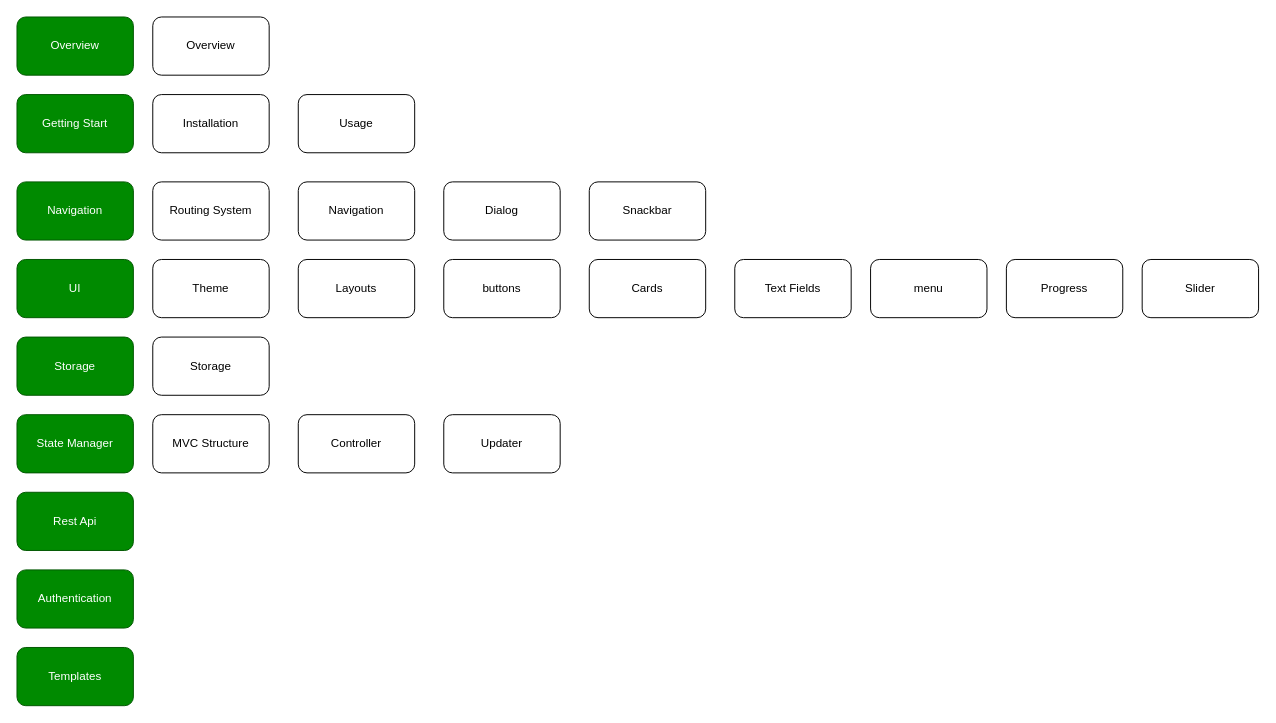
This is page "Fatima" (1 of 3) of strtucture.drawio from smae1993/fatima, a draw.io file, before an edit. Source tidied: cells renumbered, new cells numbered last; positions are measured from the earlier drawing's top-left corner, leaving out a move shared by most shapes. Both pictures are drawn from the tidied source at 97%, with x=0, y=0 at pixel (16, 16).
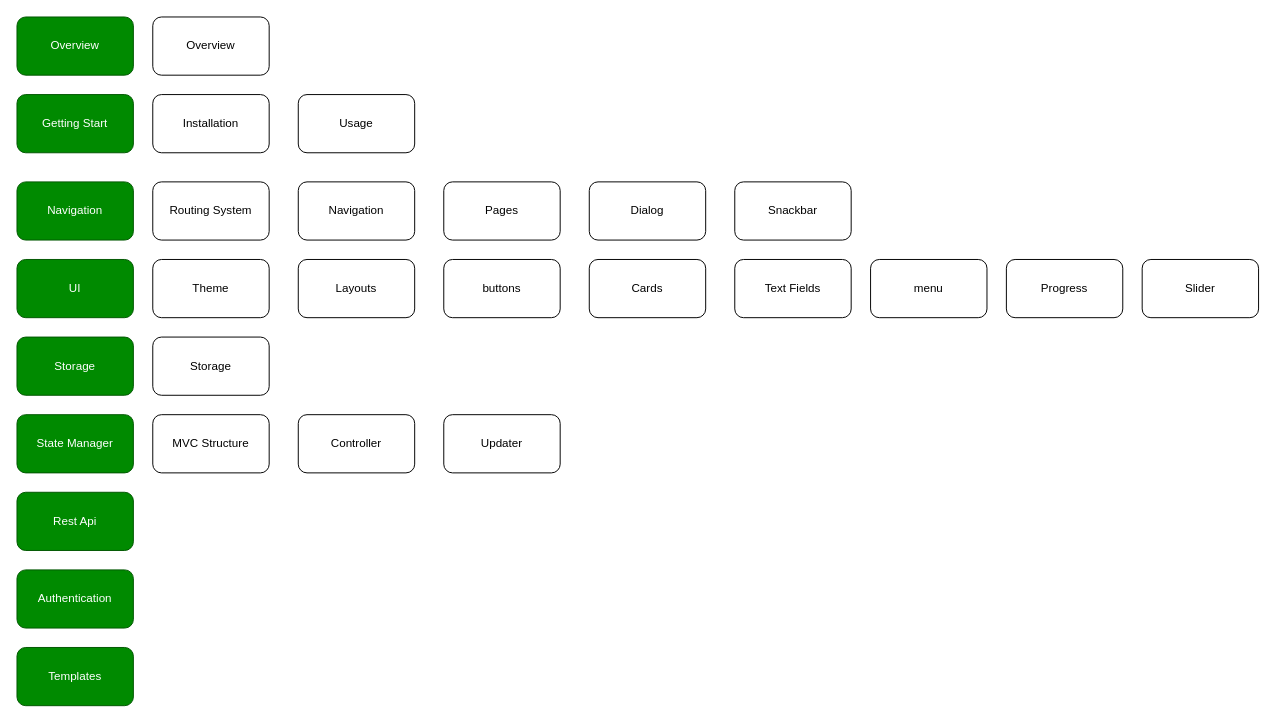
After the change.

What changed in the source:
```diff
@@
     <mxCell id="24" value="Dialog" style="rounded=1;whiteSpace=wrap;html=1;" parent="1" vertex="1">
-      <mxGeometry x="440" y="170" width="120" height="60" as="geometry" />
+      <mxGeometry x="590" y="170" width="120" height="60" as="geometry" />
     </mxCell>
     <mxCell id="25" value="Snackbar" style="rounded=1;whiteSpace=wrap;html=1;" parent="1" vertex="1">
-      <mxGeometry x="590" y="170" width="120" height="60" as="geometry" />
+      <mxGeometry x="740" y="170" width="120" height="60" as="geometry" />
     </mxCell>
@@
+    <mxCell id="30" value="Pages" style="rounded=1;whiteSpace=wrap;html=1;" parent="1" vertex="1">
+      <mxGeometry x="440" y="170" width="120" height="60" as="geometry" />
+    </mxCell>
```
